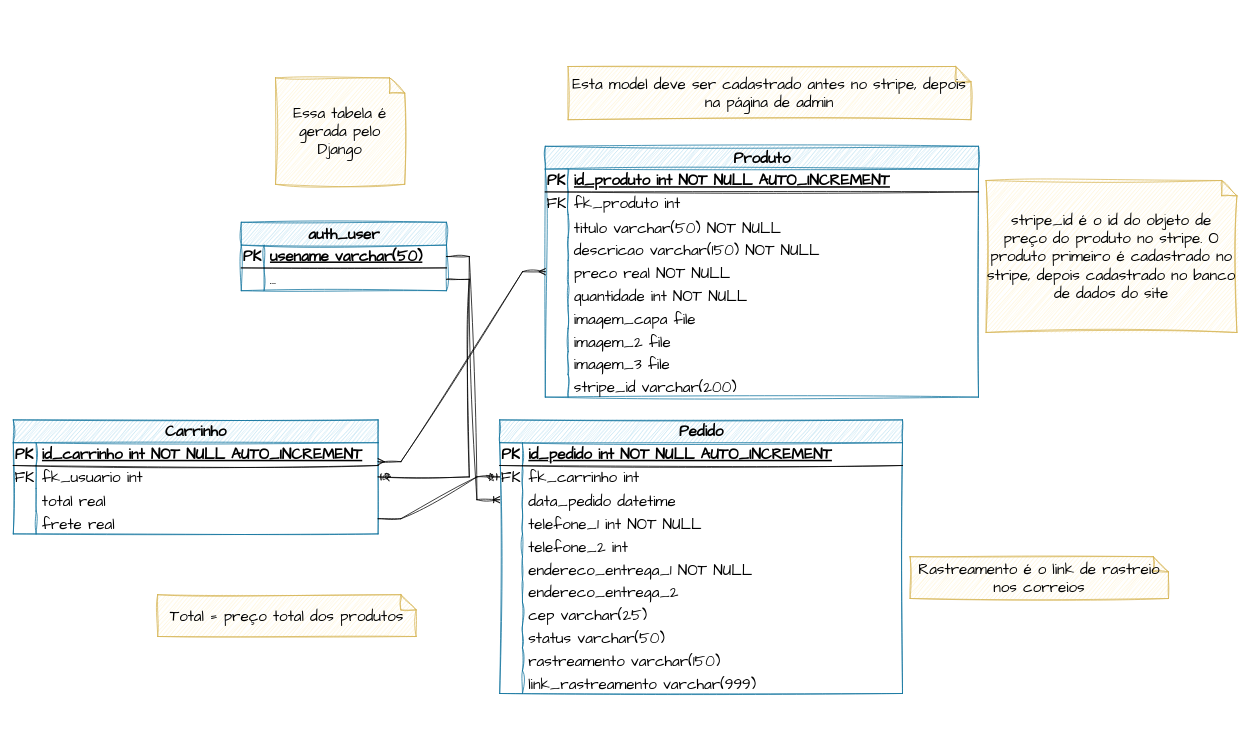
The draw.io diagram docs/DER.drawio in rafaelngoncalves5/classewatches, before the edit. Source tidied: cells renumbered, new cells numbered last; positions are measured from the earlier drawing's top-left corner, leaving out a move shared by most shapes. Both pictures are drawn from the tidied source at 76%, with x=0, y=0 at pixel (13, 66).
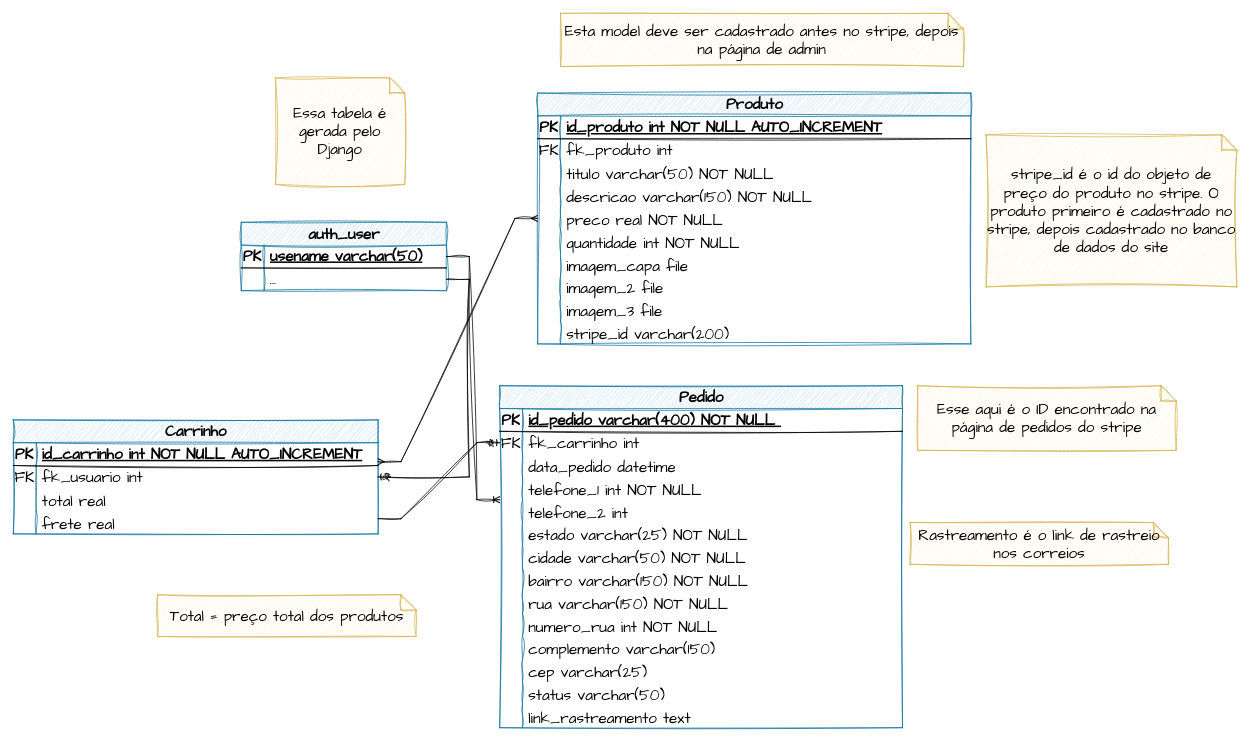
The same diagram, later.

The change refers to these unchanged cells:
```xml
<mxCell id="41" style="shape=tableRow;horizontal=0;startSize=0;swimlaneHead=0;swimlaneBody=0;fillColor=none;top=0;left=0;right=0;bottom=1;sketch=1;hachureGap=4;jiggle=2;curveFitting=1;fontFamily=Architects Daughter;fontSize=20;" parent="40" vertex="1">
  <mxGeometry y="30" width="530" height="30" as="geometry" />
</mxCell>
<mxCell id="56" style="shape=tableRow;horizontal=0;startSize=0;swimlaneHead=0;swimlaneBody=0;fillColor=none;top=0;left=0;right=0;bottom=0;sketch=1;hachureGap=4;jiggle=2;curveFitting=1;fontFamily=Architects Daughter;fontSize=20;" parent="40" vertex="1">
  <mxGeometry y="180" width="530" height="30" as="geometry" />
</mxCell>
<mxCell id="59" style="shape=tableRow;horizontal=0;startSize=0;swimlaneHead=0;swimlaneBody=0;fillColor=none;top=0;left=0;right=0;bottom=0;sketch=1;hachureGap=4;jiggle=2;curveFitting=1;fontFamily=Architects Daughter;fontSize=20;" parent="40" vertex="1">
  <mxGeometry y="210" width="530" height="30" as="geometry" />
</mxCell>
<mxCell id="62" style="shape=tableRow;horizontal=0;startSize=0;swimlaneHead=0;swimlaneBody=0;fillColor=none;top=0;left=0;right=0;bottom=0;sketch=1;hachureGap=4;jiggle=2;curveFitting=1;fontFamily=Architects Daughter;fontSize=20;" parent="40" vertex="1">
  <mxGeometry y="240" width="530" height="30" as="geometry" />
</mxCell>
```

The edit, as a diff of the source:
```diff
@@
     <mxCell id="2" value="&lt;font color=&quot;#000000&quot;&gt;Produto&lt;/font&gt;" style="shape=table;startSize=30;childLayout=tableLayout;rowLines=0;fontStyle=1;align=center;html=1;sketch=1;hachureGap=4;jiggle=2;curveFitting=1;fontFamily=Architects Daughter;fontSize=20;fillColor=#b1ddf0;strokeColor=#10739e;" parent="1" vertex="1">
-      <mxGeometry x="700" y="105" width="570" height="330" as="geometry" />
+      <mxGeometry x="690" y="35" width="570" height="330" as="geometry" />
     </mxCell>
@@
     <mxCell id="40" value="Pedido" style="shape=table;startSize=30;childLayout=tableLayout;rowLines=0;fontStyle=1;align=center;html=1;sketch=1;hachureGap=4;jiggle=2;curveFitting=1;fontFamily=Architects Daughter;fontSize=20;fillColor=#b1ddf0;strokeColor=#10739e;" parent="1" vertex="1">
-      <mxGeometry x="640" y="465" width="530" height="360" as="geometry" />
+      <mxGeometry x="640" y="420" width="530" height="450" as="geometry" />
     </mxCell>
@@
-    <mxCell id="43" value="id_pedido int NOT NULL AUTO_INCREMENT" style="shape=partialRectangle;fillColor=none;top=0;left=0;bottom=0;right=0;align=left;spacingLeft=6;fontStyle=5;overflow=hidden;whiteSpace=wrap;html=1;sketch=1;hachureGap=4;jiggle=2;curveFitting=1;fontFamily=Architects Daughter;fontSize=20;" parent="41" vertex="1">
+    <mxCell id="43" value="id_pedido varchar(400) NOT NULL&amp;nbsp;" style="shape=partialRectangle;fillColor=none;top=0;left=0;bottom=0;right=0;align=left;spacingLeft=6;fontStyle=5;overflow=hidden;whiteSpace=wrap;html=1;sketch=1;hachureGap=4;jiggle=2;curveFitting=1;fontFamily=Architects Daughter;fontSize=20;" parent="41" vertex="1">
       <mxGeometry x="30" width="500" height="30" as="geometry" />
     </mxCell>
@@
-    <mxCell id="58" value="endereco_entrega_1 NOT NULL" style="shape=partialRectangle;fillColor=none;top=0;left=0;bottom=0;right=0;align=left;spacingLeft=6;overflow=hidden;sketch=1;hachureGap=4;jiggle=2;curveFitting=1;fontFamily=Architects Daughter;fontSize=20;" parent="56" vertex="1">
+    <mxCell id="58" value="estado varchar(25) NOT NULL" style="shape=partialRectangle;fillColor=none;top=0;left=0;bottom=0;right=0;align=left;spacingLeft=6;overflow=hidden;sketch=1;hachureGap=4;jiggle=2;curveFitting=1;fontFamily=Architects Daughter;fontSize=20;" parent="56" vertex="1">
       <mxGeometry x="30" width="500" height="30" as="geometry" />
     </mxCell>
@@
-    <mxCell id="61" value="endereco_entrega_2" style="shape=partialRectangle;fillColor=none;top=0;left=0;bottom=0;right=0;align=left;spacingLeft=6;overflow=hidden;sketch=1;hachureGap=4;jiggle=2;curveFitting=1;fontFamily=Architects Daughter;fontSize=20;" parent="59" vertex="1">
+    <mxCell id="61" value="cidade varchar(50) NOT NULL" style="shape=partialRectangle;fillColor=none;top=0;left=0;bottom=0;right=0;align=left;spacingLeft=6;overflow=hidden;sketch=1;hachureGap=4;jiggle=2;curveFitting=1;fontFamily=Architects Daughter;fontSize=20;" parent="59" vertex="1">
       <mxGeometry x="30" width="500" height="30" as="geometry" />
     </mxCell>
@@
-    <mxCell id="64" value="cep varchar(25)" style="shape=partialRectangle;fillColor=none;top=0;left=0;bottom=0;right=0;align=left;spacingLeft=6;overflow=hidden;sketch=1;hachureGap=4;jiggle=2;curveFitting=1;fontFamily=Architects Daughter;fontSize=20;" parent="62" vertex="1">
+    <mxCell id="64" value="bairro varchar(150) NOT NULL" style="shape=partialRectangle;fillColor=none;top=0;left=0;bottom=0;right=0;align=left;spacingLeft=6;overflow=hidden;sketch=1;hachureGap=4;jiggle=2;curveFitting=1;fontFamily=Architects Daughter;fontSize=20;" parent="62" vertex="1">
       <mxGeometry x="30" width="500" height="30" as="geometry" />
     </mxCell>
+    <mxCell id="98" style="shape=tableRow;horizontal=0;startSize=0;swimlaneHead=0;swimlaneBody=0;fillColor=none;top=0;left=0;right=0;bottom=0;sketch=1;hachureGap=4;jiggle=2;curveFitting=1;fontFamily=Architects Daughter;fontSize=20;" parent="40" vertex="1">
+      <mxGeometry y="270" width="530" height="30" as="geometry" />
+    </mxCell>
+    <mxCell id="99" style="shape=partialRectangle;fillColor=none;top=0;left=0;bottom=0;right=0;overflow=hidden;sketch=1;hachureGap=4;jiggle=2;curveFitting=1;fontFamily=Architects Daughter;fontSize=20;" parent="98" vertex="1">
+      <mxGeometry width="30" height="30" as="geometry" />
+    </mxCell>
+    <mxCell id="100" value="rua varchar(150) NOT NULL" style="shape=partialRectangle;fillColor=none;top=0;left=0;bottom=0;right=0;align=left;spacingLeft=6;overflow=hidden;sketch=1;hachureGap=4;jiggle=2;curveFitting=1;fontFamily=Architects Daughter;fontSize=20;" parent="98" vertex="1">
+      <mxGeometry x="30" width="500" height="30" as="geometry" />
+    </mxCell>
+    <mxCell id="68" style="shape=tableRow;horizontal=0;startSize=0;swimlaneHead=0;swimlaneBody=0;fillColor=none;top=0;left=0;right=0;bottom=0;sketch=1;hachureGap=4;jiggle=2;curveFitting=1;fontFamily=Architects Daughter;fontSize=20;" parent="40" vertex="1">
+      <mxGeometry y="300" width="530" height="30" as="geometry" />
+    </mxCell>
+    <mxCell id="101" style="shape=partialRectangle;fillColor=none;top=0;left=0;bottom=0;right=0;overflow=hidden;sketch=1;hachureGap=4;jiggle=2;curveFitting=1;fontFamily=Architects Daughter;fontSize=20;" parent="68" vertex="1">
+      <mxGeometry width="30" height="30" as="geometry" />
+    </mxCell>
+    <mxCell id="102" value="numero_rua int NOT NULL" style="shape=partialRectangle;fillColor=none;top=0;left=0;bottom=0;right=0;align=left;spacingLeft=6;overflow=hidden;sketch=1;hachureGap=4;jiggle=2;curveFitting=1;fontFamily=Architects Daughter;fontSize=20;" parent="68" vertex="1">
+      <mxGeometry x="30" width="500" height="30" as="geometry" />
+    </mxCell>
+    <mxCell id="103" style="shape=tableRow;horizontal=0;startSize=0;swimlaneHead=0;swimlaneBody=0;fillColor=none;top=0;left=0;right=0;bottom=0;sketch=1;hachureGap=4;jiggle=2;curveFitting=1;fontFamily=Architects Daughter;fontSize=20;" parent="40" vertex="1">
+      <mxGeometry y="330" width="530" height="30" as="geometry" />
+    </mxCell>
+    <mxCell id="104" style="shape=partialRectangle;fillColor=none;top=0;left=0;bottom=0;right=0;overflow=hidden;sketch=1;hachureGap=4;jiggle=2;curveFitting=1;fontFamily=Architects Daughter;fontSize=20;" parent="103" vertex="1">
+      <mxGeometry width="30" height="30" as="geometry" />
+    </mxCell>
+    <mxCell id="105" value="complemento varchar(150)" style="shape=partialRectangle;fillColor=none;top=0;left=0;bottom=0;right=0;align=left;spacingLeft=6;overflow=hidden;sketch=1;hachureGap=4;jiggle=2;curveFitting=1;fontFamily=Architects Daughter;fontSize=20;" parent="103" vertex="1">
+      <mxGeometry x="30" width="500" height="30" as="geometry" />
+    </mxCell>
+    <mxCell id="106" style="shape=tableRow;horizontal=0;startSize=0;swimlaneHead=0;swimlaneBody=0;fillColor=none;top=0;left=0;right=0;bottom=0;sketch=1;hachureGap=4;jiggle=2;curveFitting=1;fontFamily=Architects Daughter;fontSize=20;" parent="40" vertex="1">
+      <mxGeometry y="360" width="530" height="30" as="geometry" />
+    </mxCell>
+    <mxCell id="107" style="shape=partialRectangle;fillColor=none;top=0;left=0;bottom=0;right=0;overflow=hidden;sketch=1;hachureGap=4;jiggle=2;curveFitting=1;fontFamily=Architects Daughter;fontSize=20;" parent="106" vertex="1">
+      <mxGeometry width="30" height="30" as="geometry" />
+    </mxCell>
+    <mxCell id="108" value="cep varchar(25)" style="shape=partialRectangle;fillColor=none;top=0;left=0;bottom=0;right=0;align=left;spacingLeft=6;overflow=hidden;sketch=1;hachureGap=4;jiggle=2;curveFitting=1;fontFamily=Architects Daughter;fontSize=20;" parent="106" vertex="1">
+      <mxGeometry x="30" width="500" height="30" as="geometry" />
+    </mxCell>
     <mxCell id="65" style="shape=tableRow;horizontal=0;startSize=0;swimlaneHead=0;swimlaneBody=0;fillColor=none;top=0;left=0;right=0;bottom=0;sketch=1;hachureGap=4;jiggle=2;curveFitting=1;fontFamily=Architects Daughter;fontSize=20;" parent="40" vertex="1">
-      <mxGeometry y="270" width="530" height="30" as="geometry" />
+      <mxGeometry y="390" width="530" height="30" as="geometry" />
     </mxCell>
@@
-    <mxCell id="68" style="shape=tableRow;horizontal=0;startSize=0;swimlaneHead=0;swimlaneBody=0;fillColor=none;top=0;left=0;right=0;bottom=0;sketch=1;hachureGap=4;jiggle=2;curveFitting=1;fontFamily=Architects Daughter;fontSize=20;" parent="40" vertex="1">
-      <mxGeometry y="300" width="530" height="30" as="geometry" />
-    </mxCell>
-    <mxCell id="69" style="shape=partialRectangle;fillColor=none;top=0;left=0;bottom=0;right=0;overflow=hidden;sketch=1;hachureGap=4;jiggle=2;curveFitting=1;fontFamily=Architects Daughter;fontSize=20;" parent="68" vertex="1">
-      <mxGeometry width="30" height="30" as="geometry" />
-    </mxCell>
-    <mxCell id="70" value="rastreamento varchar(150)" style="shape=partialRectangle;fillColor=none;top=0;left=0;bottom=0;right=0;align=left;spacingLeft=6;overflow=hidden;sketch=1;hachureGap=4;jiggle=2;curveFitting=1;fontFamily=Architects Daughter;fontSize=20;" parent="68" vertex="1">
-      <mxGeometry x="30" width="500" height="30" as="geometry" />
-    </mxCell>
     <mxCell id="71" style="shape=tableRow;horizontal=0;startSize=0;swimlaneHead=0;swimlaneBody=0;fillColor=none;top=0;left=0;right=0;bottom=0;sketch=1;hachureGap=4;jiggle=2;curveFitting=1;fontFamily=Architects Daughter;fontSize=20;" parent="40" vertex="1">
-      <mxGeometry y="330" width="530" height="30" as="geometry" />
+      <mxGeometry y="420" width="530" height="30" as="geometry" />
     </mxCell>
@@
-    <mxCell id="73" value="link_rastreamento varchar(999)" style="shape=partialRectangle;fillColor=none;top=0;left=0;bottom=0;right=0;align=left;spacingLeft=6;overflow=hidden;sketch=1;hachureGap=4;jiggle=2;curveFitting=1;fontFamily=Architects Daughter;fontSize=20;" parent="71" vertex="1">
+    <mxCell id="73" value="link_rastreamento text" style="shape=partialRectangle;fillColor=none;top=0;left=0;bottom=0;right=0;align=left;spacingLeft=6;overflow=hidden;sketch=1;hachureGap=4;jiggle=2;curveFitting=1;fontFamily=Architects Daughter;fontSize=20;" parent="71" vertex="1">
       <mxGeometry x="30" width="500" height="30" as="geometry" />
     </mxCell>
@@
-    <mxCell id="75" style="shape=tableRow;horizontal=0;startSize=0;swimlaneHead=0;swimlaneBody=0;fillColor=none;top=0;left=0;right=0;bottom=0;sketch=1;hachureGap=4;jiggle=2;curveFitting=1;fontFamily=Architects Daughter;fontSize=20;" parent="1" vertex="1">
-      <mxGeometry x="455" y="685" width="530" height="30" as="geometry" />
-    </mxCell>
-    <mxCell id="76" style="shape=partialRectangle;fillColor=none;top=0;left=0;bottom=0;right=0;overflow=hidden;sketch=1;hachureGap=4;jiggle=2;curveFitting=1;fontFamily=Architects Daughter;fontSize=20;" parent="75" vertex="1">
-      <mxGeometry width="30" height="30" as="geometry" />
-    </mxCell>
@@
     <mxCell id="94" value="Rastreamento é o link de rastreio nos correios" style="shape=note;size=20;whiteSpace=wrap;html=1;sketch=1;hachureGap=4;jiggle=2;curveFitting=1;fontFamily=Architects Daughter;fontSize=20;fillColor=#fff2cc;strokeColor=#d6b656;" parent="1" vertex="1">
-      <mxGeometry x="1180" y="645" width="340" height="55" as="geometry" />
+      <mxGeometry x="1180" y="600" width="340" height="55" as="geometry" />
     </mxCell>
@@
     <mxCell id="96" value="stripe_id é o id do objeto de preço do produto no stripe. O produto primeiro é cadastrado no stripe, depois cadastrado no banco de dados do site" style="shape=note;size=20;whiteSpace=wrap;html=1;sketch=1;hachureGap=4;jiggle=2;curveFitting=1;fontFamily=Architects Daughter;fontSize=20;fillColor=#fff2cc;strokeColor=#d6b656;" parent="1" vertex="1">
-      <mxGeometry x="1280" y="150" width="330" height="200" as="geometry" />
+      <mxGeometry x="1280" y="90" width="330" height="200" as="geometry" />
     </mxCell>
     <mxCell id="97" value="Esta model deve ser cadastrado antes no stripe, depois na página de admin" style="shape=note;size=20;whiteSpace=wrap;html=1;sketch=1;hachureGap=4;jiggle=2;curveFitting=1;fontFamily=Architects Daughter;fontSize=20;fillColor=#fff2cc;strokeColor=#d6b656;" parent="1" vertex="1">
-      <mxGeometry x="730" width="530" height="70" as="geometry" />
+      <mxGeometry x="720" y="-70" width="530" height="70" as="geometry" />
     </mxCell>
+    <mxCell id="109" value="Esse aqui é o ID encontrado na página de pedidos do stripe" style="shape=note;size=20;whiteSpace=wrap;html=1;sketch=1;hachureGap=4;jiggle=2;curveFitting=1;fontFamily=Architects Daughter;fontSize=20;fillColor=#fff2cc;strokeColor=#d6b656;" parent="1" vertex="1">
+      <mxGeometry x="1190" y="420" width="340" height="85" as="geometry" />
+    </mxCell>
```
